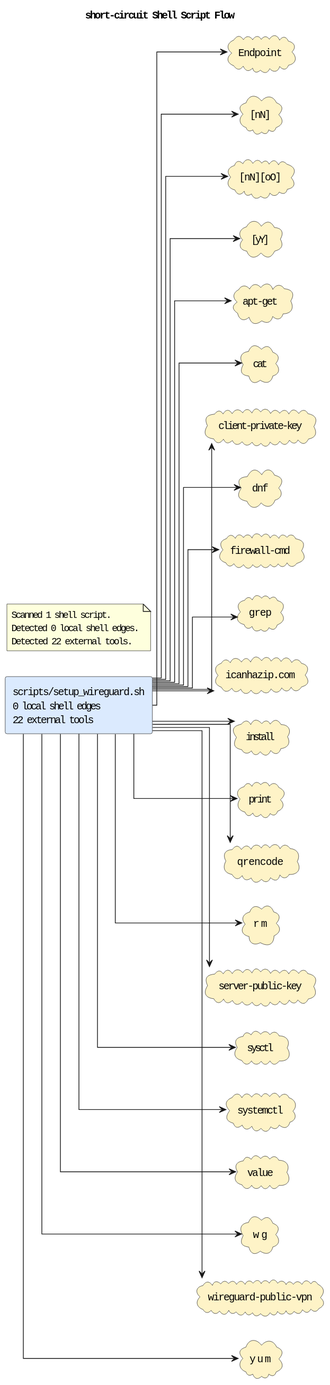
Before: docs/diagrams/shell-call-graph.puml.svg, a diagram exported from PlantUML (casonk/short-circuit). The source it was exported from:
```plantuml
@startuml
title short-circuit Shell Script Flow
left to right direction
skinparam shadowing false
skinparam defaultFontName Monospace
skinparam componentStyle rectangle
skinparam linetype ortho
rectangle "scripts/setup_wireguard.sh\n0 local shell edges\n22 external tools" as shell_scripts_setup_wireguard_sh #DBEAFE
cloud "Endpoint" as tool_endpoint #FEF3C7
cloud "[nN]" as tool_nn #FEF3C7
cloud "[nN][oO]" as tool_nn_oo #FEF3C7
cloud "[yY]" as tool_yy #FEF3C7
cloud "apt-get" as tool_apt_get #FEF3C7
cloud "cat" as tool_cat #FEF3C7
cloud "client-private-key" as tool_client_private_key #FEF3C7
cloud "dnf" as tool_dnf #FEF3C7
cloud "firewall-cmd" as tool_firewall_cmd #FEF3C7
cloud "grep" as tool_grep #FEF3C7
cloud "icanhazip.com" as tool_icanhazip_com #FEF3C7
cloud "install" as tool_install #FEF3C7
cloud "print" as tool_print #FEF3C7
cloud "qrencode" as tool_qrencode #FEF3C7
cloud "rm" as tool_rm #FEF3C7
cloud "server-public-key" as tool_server_public_key #FEF3C7
cloud "sysctl" as tool_sysctl #FEF3C7
cloud "systemctl" as tool_systemctl #FEF3C7
cloud "value" as tool_value #FEF3C7
cloud "wg" as tool_wg #FEF3C7
cloud "wireguard-public-vpn" as tool_wireguard_public_vpn #FEF3C7
cloud "yum" as tool_yum #FEF3C7
shell_scripts_setup_wireguard_sh --> tool_endpoint
shell_scripts_setup_wireguard_sh --> tool_nn
shell_scripts_setup_wireguard_sh --> tool_nn_oo
shell_scripts_setup_wireguard_sh --> tool_yy
shell_scripts_setup_wireguard_sh --> tool_apt_get
shell_scripts_setup_wireguard_sh --> tool_cat
shell_scripts_setup_wireguard_sh --> tool_client_private_key
shell_scripts_setup_wireguard_sh --> tool_dnf
shell_scripts_setup_wireguard_sh --> tool_firewall_cmd
shell_scripts_setup_wireguard_sh --> tool_grep
shell_scripts_setup_wireguard_sh --> tool_icanhazip_com
shell_scripts_setup_wireguard_sh --> tool_install
shell_scripts_setup_wireguard_sh --> tool_print
shell_scripts_setup_wireguard_sh --> tool_qrencode
shell_scripts_setup_wireguard_sh --> tool_rm
shell_scripts_setup_wireguard_sh --> tool_server_public_key
shell_scripts_setup_wireguard_sh --> tool_sysctl
shell_scripts_setup_wireguard_sh --> tool_systemctl
shell_scripts_setup_wireguard_sh --> tool_value
shell_scripts_setup_wireguard_sh --> tool_wg
shell_scripts_setup_wireguard_sh --> tool_wireguard_public_vpn
shell_scripts_setup_wireguard_sh --> tool_yum
note as shellGraphSummary
Scanned 1 shell script.
Detected 0 local shell edges.
Detected 22 external tools.
end note
@enduml
```
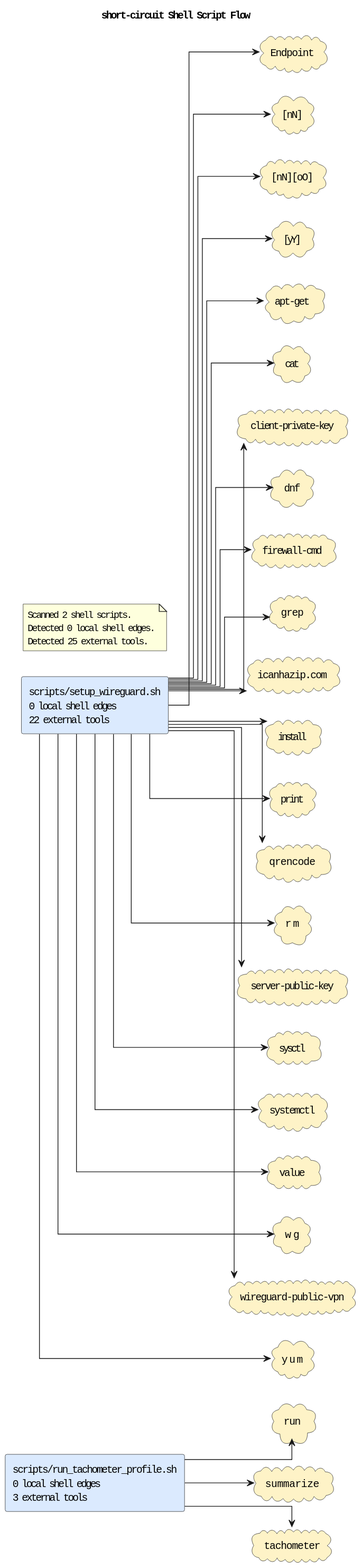
The same file after the commit.

What changed in the source:
```diff
@@ -5,6 +5,7 @@
 skinparam defaultFontName Monospace
 skinparam componentStyle rectangle
 skinparam linetype ortho
+rectangle "scripts/run_tachometer_profile.sh\n0 local shell edges\n3 external tools" as shell_scripts_run_tachometer_profile_sh #DBEAFE
 rectangle "scripts/setup_wireguard.sh\n0 local shell edges\n22 external tools" as shell_scripts_setup_wireguard_sh #DBEAFE
 cloud "Endpoint" as tool_endpoint #FEF3C7
 cloud "[nN]" as tool_nn #FEF3C7
@@ -21,13 +22,19 @@
 cloud "print" as tool_print #FEF3C7
 cloud "qrencode" as tool_qrencode #FEF3C7
 cloud "rm" as tool_rm #FEF3C7
+cloud "run" as tool_run #FEF3C7
 cloud "server-public-key" as tool_server_public_key #FEF3C7
+cloud "summarize" as tool_summarize #FEF3C7
 cloud "sysctl" as tool_sysctl #FEF3C7
 cloud "systemctl" as tool_systemctl #FEF3C7
+cloud "tachometer" as tool_tachometer #FEF3C7
 cloud "value" as tool_value #FEF3C7
 cloud "wg" as tool_wg #FEF3C7
 cloud "wireguard-public-vpn" as tool_wireguard_public_vpn #FEF3C7
 cloud "yum" as tool_yum #FEF3C7
+shell_scripts_run_tachometer_profile_sh --> tool_run
+shell_scripts_run_tachometer_profile_sh --> tool_summarize
+shell_scripts_run_tachometer_profile_sh --> tool_tachometer
 shell_scripts_setup_wireguard_sh --> tool_endpoint
 shell_scripts_setup_wireguard_sh --> tool_nn
 shell_scripts_setup_wireguard_sh --> tool_nn_oo
@@ -51,8 +58,8 @@
 shell_scripts_setup_wireguard_sh --> tool_wireguard_public_vpn
 shell_scripts_setup_wireguard_sh --> tool_yum
 note as shellGraphSummary
-Scanned 1 shell script.
+Scanned 2 shell scripts.
 Detected 0 local shell edges.
-Detected 22 external tools.
+Detected 25 external tools.
 end note
 @enduml
```
